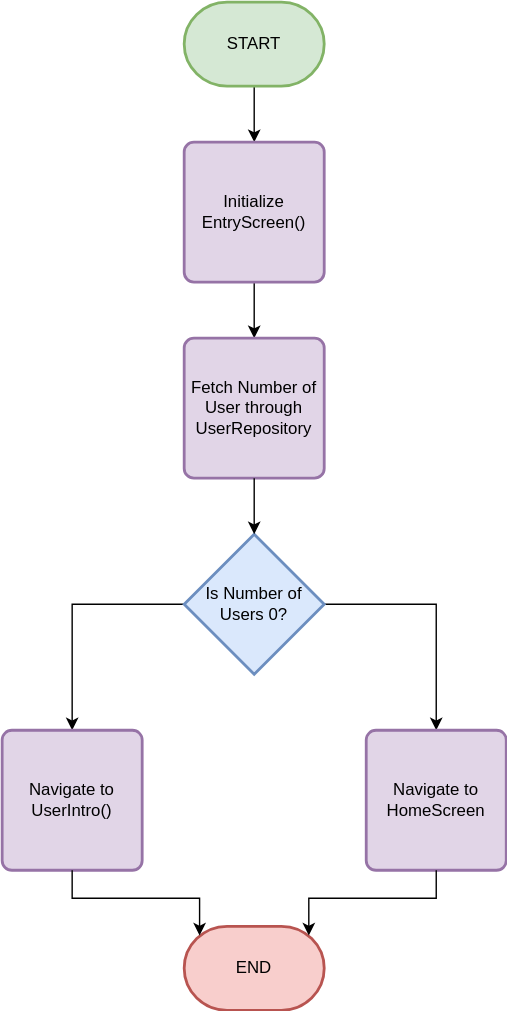
This is docs/media/entry_screen_flowchart.svg from RuralNative/Handsy-FSL-Tutorial-Application, a draw.io export, as it was before one commit. Source tidied: cells renumbered, new cells last; positions are measured from the earlier drawing's top-left corner, leaving out a move shared by most shapes.
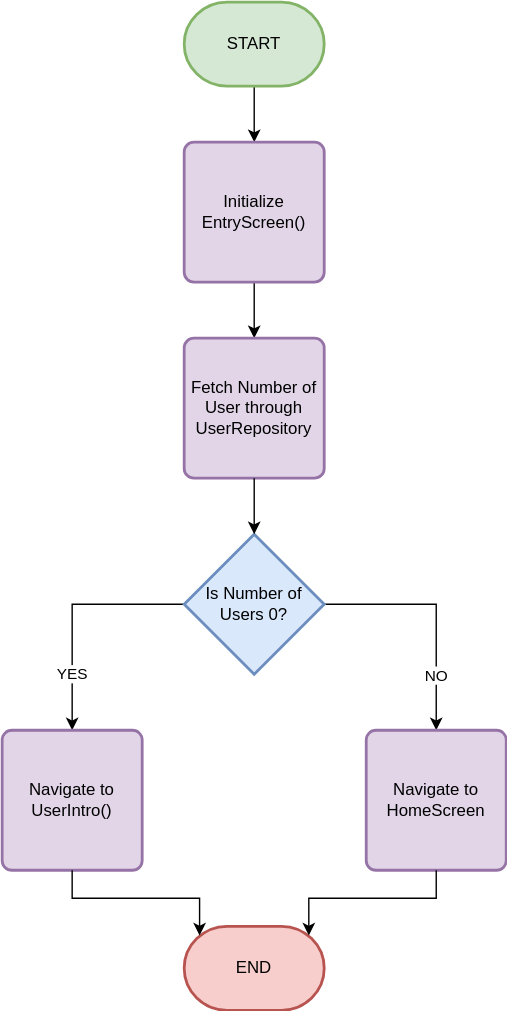
The same file after the commit.

Change to the diagram source:
```diff
@@ -17,6 +17,11 @@
     <mxCell id="6" style="edgeStyle=orthogonalEdgeStyle;rounded=0;jettySize=auto;html=1;exitX=1;exitY=0.5;exitDx=0;exitDy=0;exitPerimeter=0;entryX=0.5;entryY=0;entryDx=0;entryDy=0;" parent="1" edge="1" source="8" target="10">
       <mxGeometry relative="1" as="geometry" />
     </mxCell>
+    <mxCell id="16" value="NO" style="edgeLabel;html=1;align=center;verticalAlign=middle;" parent="6" vertex="1">
+      <mxGeometry x="0.54" relative="1" as="geometry">
+        <mxPoint y="-1" as="offset" />
+      </mxGeometry>
+    </mxCell>
     <mxCell id="7" style="edgeStyle=orthogonalEdgeStyle;rounded=0;jettySize=auto;html=1;exitX=0;exitY=0.5;exitDx=0;exitDy=0;exitPerimeter=0;entryX=0.5;entryY=0;entryDx=0;entryDy=0;" parent="1" edge="1" source="8" target="11">
       <mxGeometry relative="1" as="geometry" />
     </mxCell>
@@ -44,5 +49,8 @@
     <mxCell id="15" style="edgeStyle=orthogonalEdgeStyle;rounded=0;jettySize=auto;html=1;exitX=0.5;exitY=1;exitDx=0;exitDy=0;entryX=0.89;entryY=0.11;entryDx=0;entryDy=0;entryPerimeter=0;" parent="1" edge="1" source="10" target="12">
       <mxGeometry relative="1" as="geometry" />
     </mxCell>
+    <mxCell id="17" value="YES" style="edgeLabel;html=1;align=center;verticalAlign=middle;" parent="1" vertex="1">
+      <mxGeometry x="50" y="480" as="geometry" />
+    </mxCell>
   </root>
 </mxGraphModel>
```
